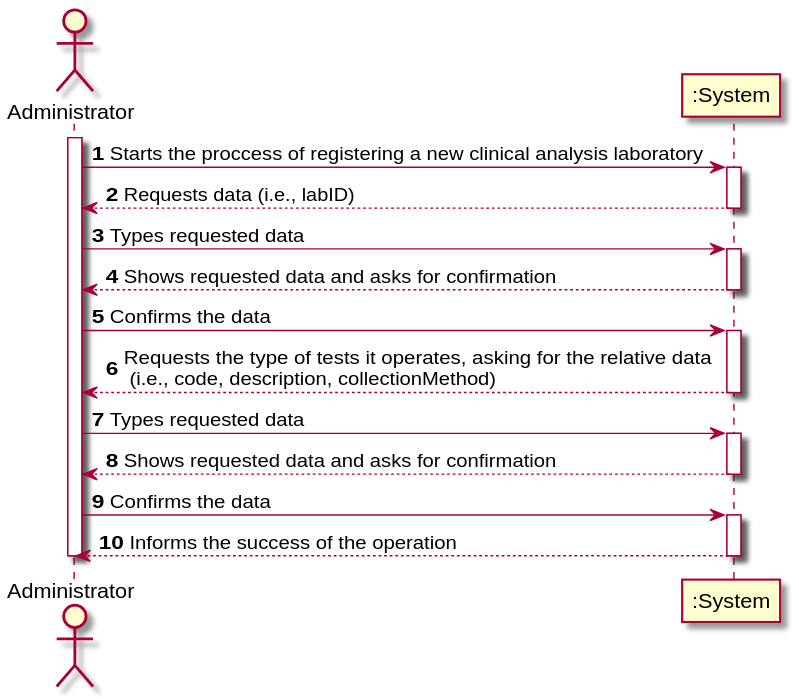
0franciscor/lei-21-s2-1de-g19 keeps this PlantUML diagram as docs/SprintB/US08/US8_SSD.svg. Above is the earlier version. Source of this version:
```plantuml
@startuml
autonumber


actor "Administrator" as ADMIN

participant ":System" as SYST

activate ADMIN
ADMIN -> SYST : Starts the proccess of registering a new clinical analysis laboratory
activate SYST
SYST --> ADMIN : Requests data (i.e., labID)
deactivate SYST


ADMIN -> SYST : Types requested data
activate SYST
SYST --> ADMIN : Shows requested data and asks for confirmation
deactivate SYST

ADMIN -> SYST : Confirms the data
activate SYST
SYST --> ADMIN : Requests the type of tests it operates, asking for the relative data \n (i.e., code, description, collectionMethod)
deactivate SYST

ADMIN -> SYST : Types requested data
activate SYST
SYST --> ADMIN : Shows requested data and asks for confirmation
deactivate SYST

ADMIN -> SYST : Confirms the data
activate SYST
SYST --> ADMIN : Informs the success of the operation
deactivate SYST

deactivate ADMIN
@enduml
```
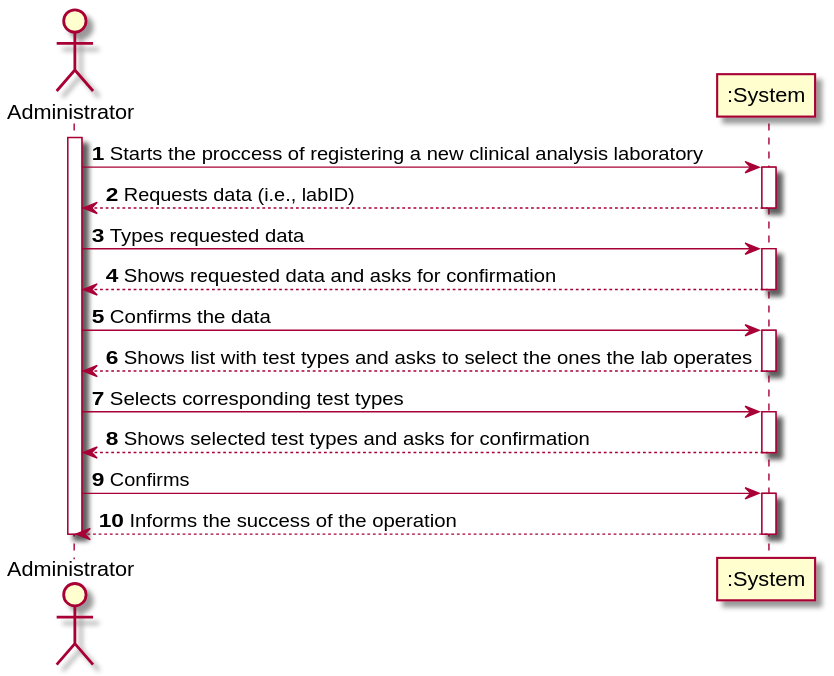
After the commit.

The edit, as a diff of the source:
```diff
@@ -20,15 +20,15 @@
 
 ADMIN -> SYST : Confirms the data
 activate SYST
-SYST --> ADMIN : Requests the type of tests it operates, asking for the relative data \n (i.e., code, description, collectionMethod)
+SYST --> ADMIN : Shows list with test types and asks to select the ones the lab operates
 deactivate SYST
 
-ADMIN -> SYST : Types requested data
+ADMIN -> SYST : Selects corresponding test types
 activate SYST
-SYST --> ADMIN : Shows requested data and asks for confirmation
+SYST --> ADMIN : Shows selected test types and asks for confirmation
 deactivate SYST
 
-ADMIN -> SYST : Confirms the data
+ADMIN -> SYST : Confirms
 activate SYST
 SYST --> ADMIN : Informs the success of the operation
 deactivate SYST
```
